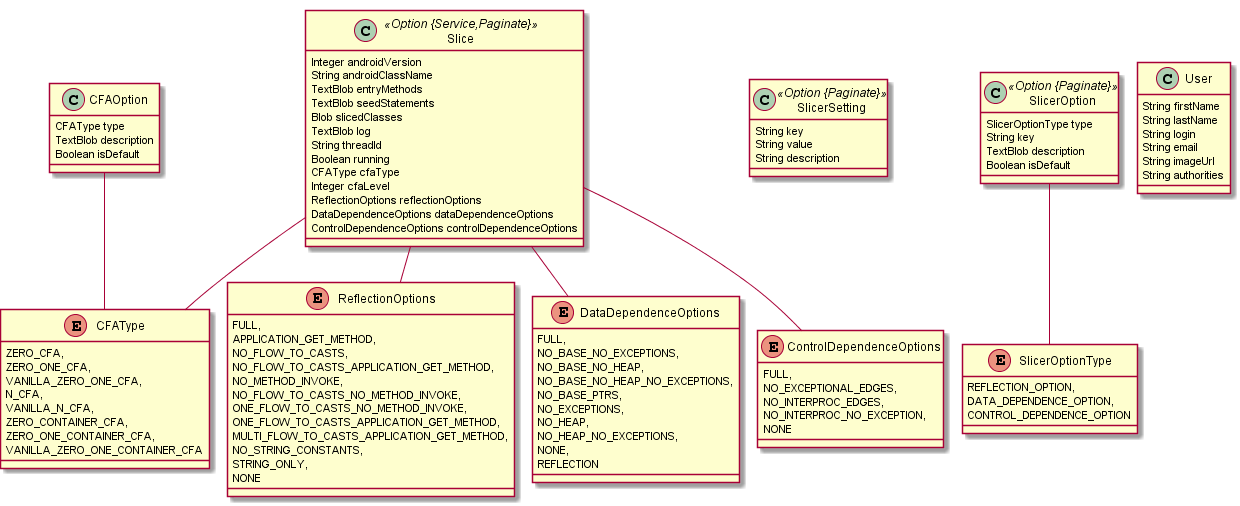
This is AndroidSlicer.png from BitFlipp3r/AndroidSlicer, a PlantUML export, as it was before one commit.
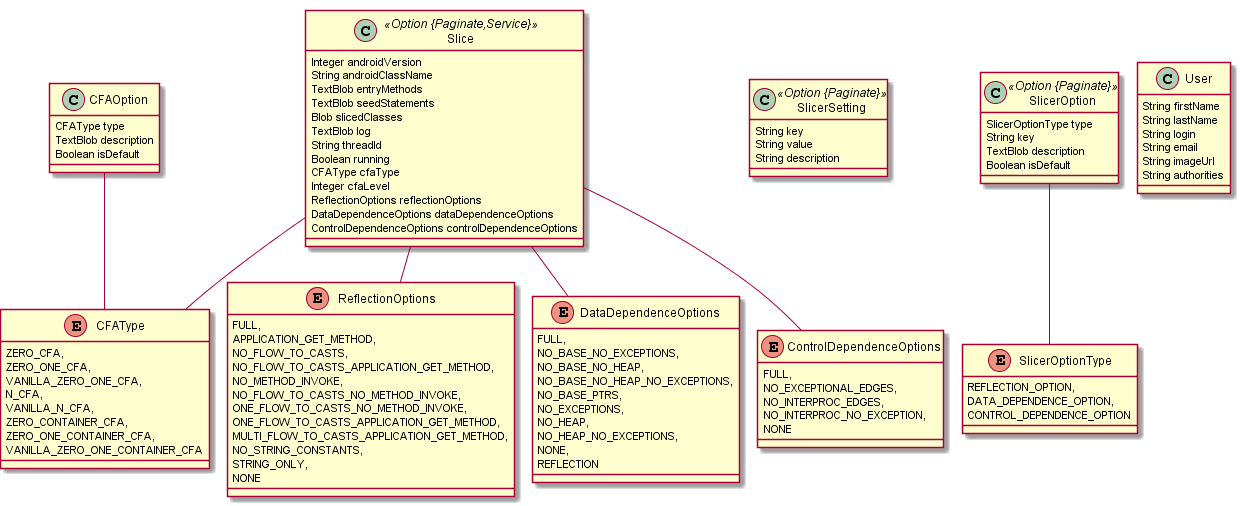
Above is the later version.

Change to the diagram source:
```diff
@@ -1,7 +1,7 @@
 @startuml
 	!pragma graphviz_dot jdot
 	!pragma syntax class
-	class Slice <<Option {Service,Paginate}>> {
+	class Slice <<Option {Paginate,Service}>> {
 		Integer androidVersion
 		String androidClassName
 		TextBlob entryMethods
```
